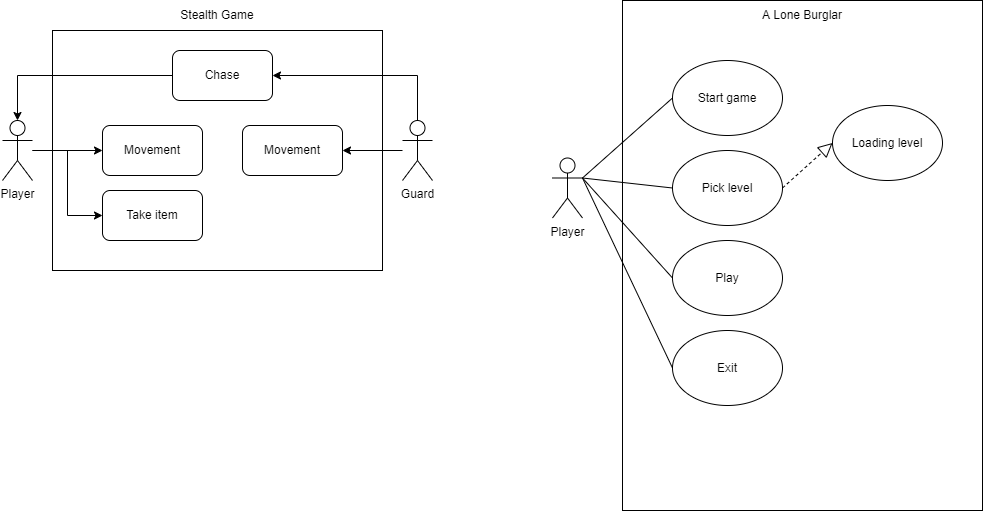
This is use case diagram.png from johannfac/A-Lone-Burglar, a draw.io export, as it was before one commit. Source tidied: cells renumbered, new cells last; positions are measured from the earlier drawing's top-left corner, leaving out a move shared by most shapes.
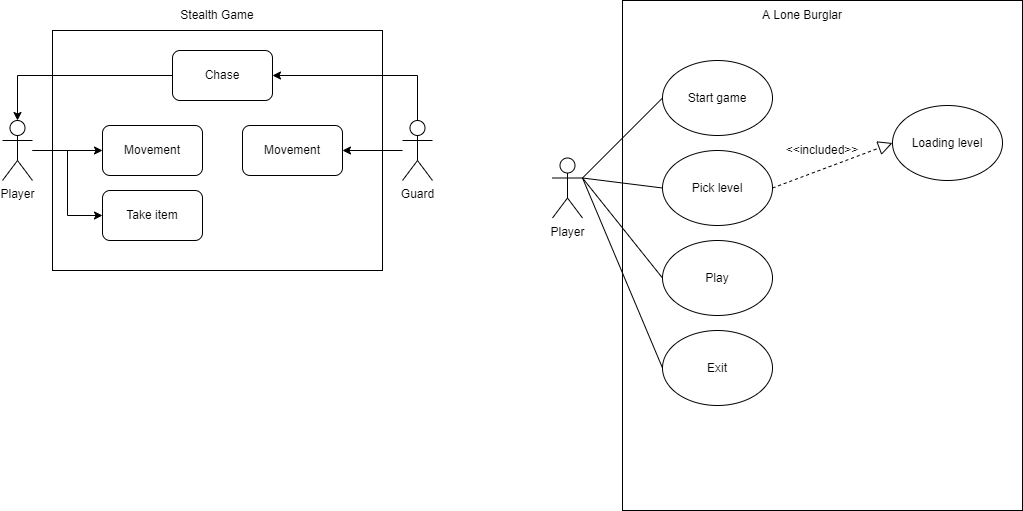
After the commit.

Change to the diagram source:
```diff
@@ -46,7 +46,7 @@
       <mxGeometry x="170" y="50" width="100" height="50" as="geometry" />
     </mxCell>
     <mxCell id="15" style="rounded=0;whiteSpace=wrap;html=1;" parent="1" vertex="1">
-      <mxGeometry x="620" width="360" height="510" as="geometry" />
+      <mxGeometry x="620" width="400" height="510" as="geometry" />
     </mxCell>
     <mxCell id="16" value="A Lone Burglar" style="text;html=1;strokeColor=none;fillColor=none;align=center;verticalAlign=middle;whiteSpace=wrap;rounded=0;" parent="1" vertex="1">
       <mxGeometry x="755" width="90" height="30" as="geometry" />
@@ -55,19 +55,19 @@
       <mxGeometry x="550" y="157.5" width="30" height="60" as="geometry" />
     </mxCell>
     <mxCell id="18" value="Start game" style="ellipse;whiteSpace=wrap;html=1;" parent="1" vertex="1">
-      <mxGeometry x="670" y="60" width="110" height="75" as="geometry" />
+      <mxGeometry x="660" y="60" width="110" height="75" as="geometry" />
     </mxCell>
     <mxCell id="19" value="Pick level" style="ellipse;whiteSpace=wrap;html=1;" parent="1" vertex="1">
-      <mxGeometry x="670" y="150" width="110" height="75" as="geometry" />
+      <mxGeometry x="660" y="150" width="110" height="75" as="geometry" />
     </mxCell>
     <mxCell id="20" value="Play" style="ellipse;whiteSpace=wrap;html=1;" parent="1" vertex="1">
-      <mxGeometry x="670" y="240" width="110" height="75" as="geometry" />
+      <mxGeometry x="660" y="240" width="110" height="75" as="geometry" />
     </mxCell>
     <mxCell id="21" value="Exit" style="ellipse;whiteSpace=wrap;html=1;" parent="1" vertex="1">
-      <mxGeometry x="670" y="330" width="110" height="75" as="geometry" />
+      <mxGeometry x="660" y="330" width="110" height="75" as="geometry" />
     </mxCell>
     <mxCell id="22" value="Loading level" style="ellipse;whiteSpace=wrap;html=1;" parent="1" vertex="1">
-      <mxGeometry x="830" y="105" width="110" height="75" as="geometry" />
+      <mxGeometry x="890" y="105" width="110" height="75" as="geometry" />
     </mxCell>
     <mxCell id="23" style="endArrow=none;html=1;rounded=0;entryX=1;entryY=0.3333333333333333;entryDx=0;entryDy=0;entryPerimeter=0;exitX=0;exitY=0.5;exitDx=0;exitDy=0;" parent="1" edge="1" source="18" target="17">
       <mxGeometry relative="1" as="geometry" />
@@ -84,5 +84,8 @@
     <mxCell id="27" style="endArrow=block;dashed=1;endFill=0;endSize=12;html=1;rounded=0;exitX=1;exitY=0.5;exitDx=0;exitDy=0;entryX=0;entryY=0.5;entryDx=0;entryDy=0;" parent="1" edge="1" source="19" target="22">
       <mxGeometry relative="1" as="geometry" />
     </mxCell>
+    <mxCell id="28" value="&amp;lt;&amp;lt;included&amp;gt;&amp;gt;" style="text;html=1;strokeColor=none;fillColor=none;align=center;verticalAlign=middle;whiteSpace=wrap;rounded=0;" parent="1" vertex="1">
+      <mxGeometry x="790" y="135" width="60" height="30" as="geometry" />
+    </mxCell>
   </root>
 </mxGraphModel>
```
